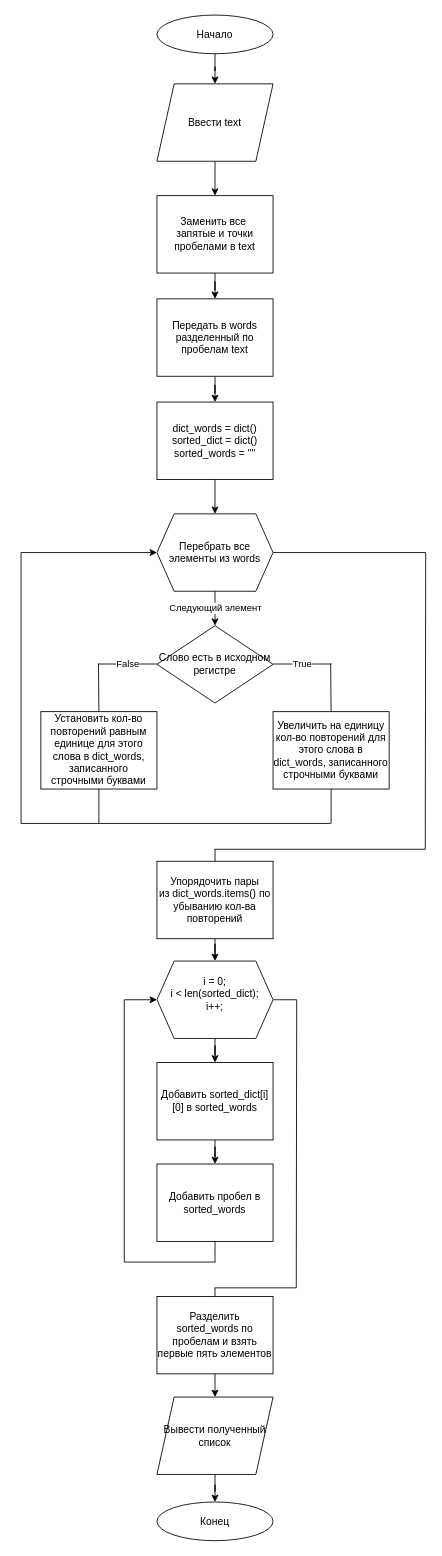
The draw.io diagram task_3/task_3_diagram.drawio in BinaryModder/Python_strings, before the edit. Source tidied: cells renumbered, new cells numbered last; positions are measured from the earlier drawing's top-left corner, leaving out a move shared by most shapes. Both pictures are drawn from the tidied source at 86%, with x=0, y=0 at pixel (21, 15).
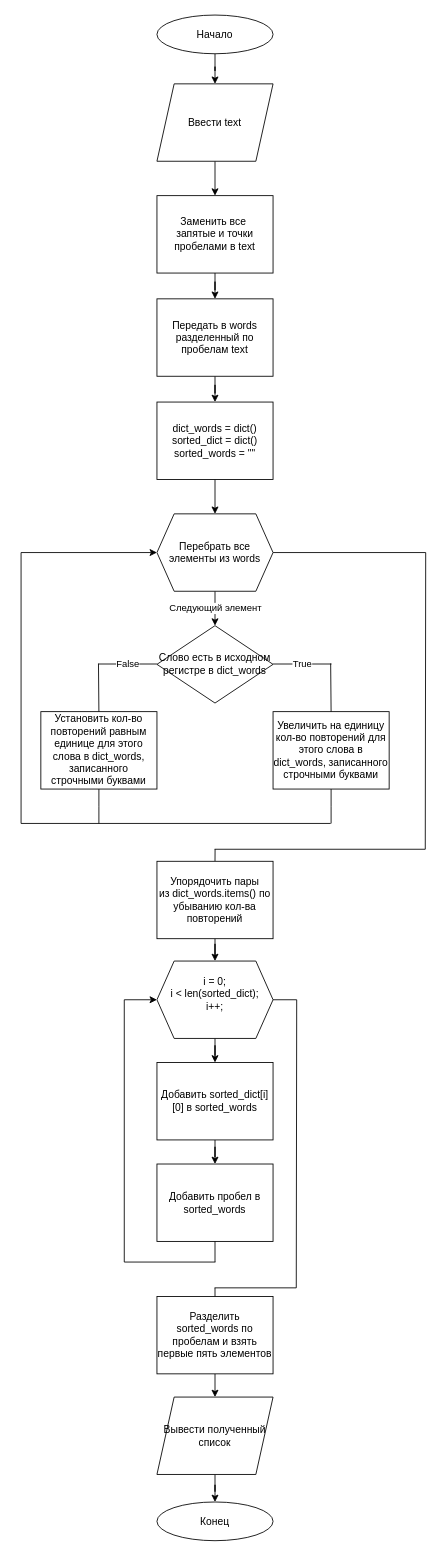
After the change.

What changed in the source:
```diff
@@
-    <mxCell id="16" value="Слово есть в исходном регистре" style="rhombus;whiteSpace=wrap;html=1;shapeInside=1;fontSize=12;" parent="1" vertex="1">
+    <mxCell id="16" value="Слово есть в исходном регистре в dict_words" style="rhombus;whiteSpace=wrap;html=1;shapeInside=1;fontSize=12;" parent="1" vertex="1">
       <mxGeometry x="158" y="710" width="135" height="90" as="geometry" />
     </mxCell>
```
